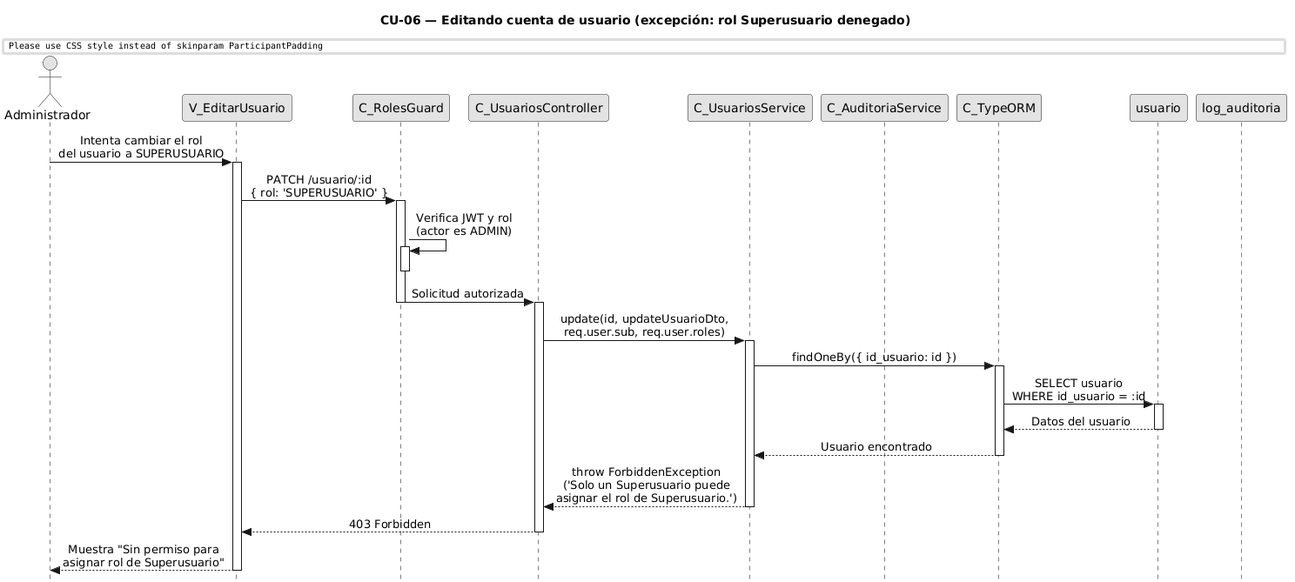
FSM-Finet-y-Cable-Magico/Team_1-Inventario-y-Bodega keeps this PlantUML diagram as diagramas/diagramas-secuencia/CU06/CU06-exc-rol-superusuario-denegado.png. Above is the earlier version. Its diagram source:
```plantuml
@startuml CU06-exc-rol-superusuario-denegado
title CU-06 — Editando cuenta de usuario (excepción: rol Superusuario denegado)

skinparam style strictuml
skinparam monochrome true
skinparam shadowing false
skinparam sequenceMessageAlign center
skinparam ParticipantPadding 70
skinparam ActorPadding 30
skinparam sequence {
  MessageAlign center
  LifeLineBorderColor black
}
hide footbox

actor "Administrador" as user
participant "V_EditarUsuario" as view
participant "C_RolesGuard" as guard
participant "C_UsuariosController" as ctrl
participant "C_UsuariosService" as svc
participant "C_AuditoriaService" as aud
participant "C_TypeORM" as orm
participant "usuario" as uent
participant "log_auditoria" as aent

user -> view : Intenta cambiar el rol\ndel usuario a SUPERUSUARIO
activate view

view -> guard : PATCH /usuario/:id\n{ rol: 'SUPERUSUARIO' }
activate guard

guard -> guard : Verifica JWT y rol\n(actor es ADMIN)
activate guard
deactivate guard

guard -> ctrl : Solicitud autorizada
deactivate guard
activate ctrl

ctrl -> svc : update(id, updateUsuarioDto,\nreq.user.sub, req.user.roles)
activate svc

svc -> orm : findOneBy({ id_usuario: id })
activate orm

orm -> uent : SELECT usuario\nWHERE id_usuario = :id
activate uent
uent --> orm : Datos del usuario
deactivate uent

orm --> svc : Usuario encontrado
deactivate orm

svc --> ctrl : throw ForbiddenException\n('Solo un Superusuario puede\nasignar el rol de Superusuario.')
deactivate svc

ctrl --> view : 403 Forbidden
deactivate ctrl

view --> user : Muestra "Sin permiso para\nasignar rol de Superusuario"
deactivate view

@enduml
```
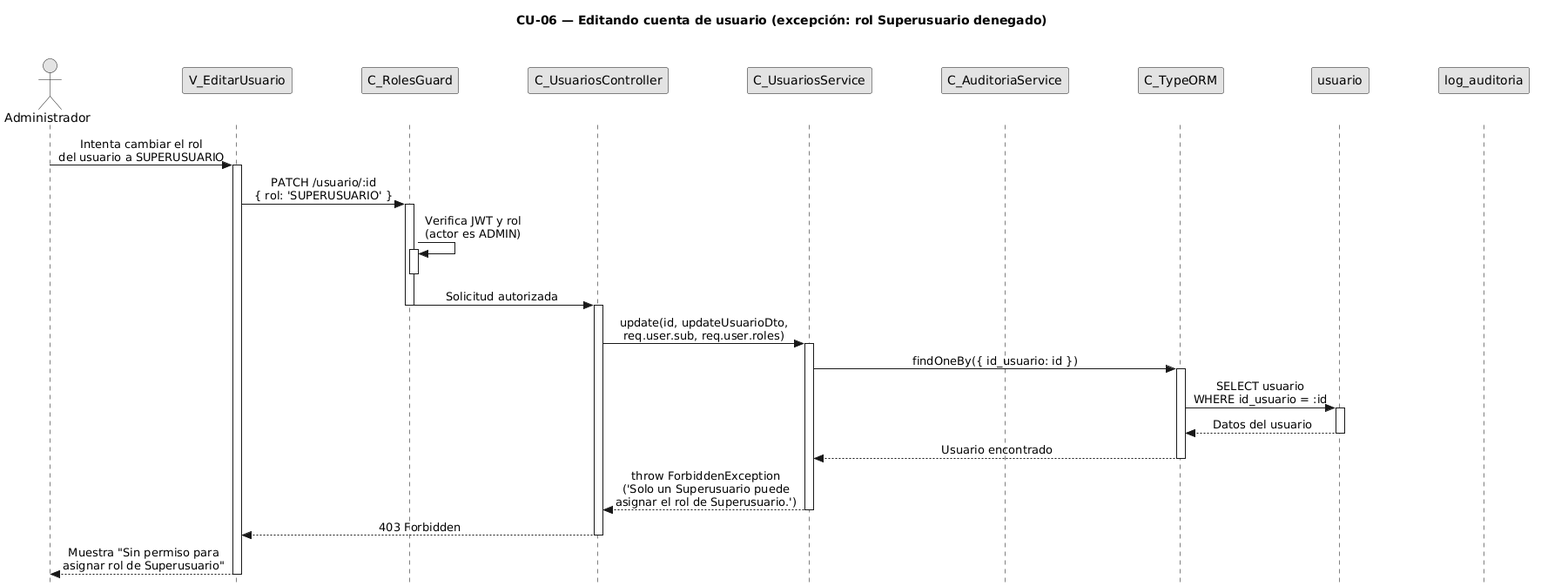
After the commit.

What changed in the source:
```diff
@@ -5,8 +5,16 @@
 skinparam monochrome true
 skinparam shadowing false
 skinparam sequenceMessageAlign center
-skinparam ParticipantPadding 70
-skinparam ActorPadding 30
+<style>
+sequenceDiagram {
+  participant {
+    Margin 35
+  }
+  actor {
+    Margin 15
+  }
+}
+</style>
 skinparam sequence {
   MessageAlign center
   LifeLineBorderColor black
```
